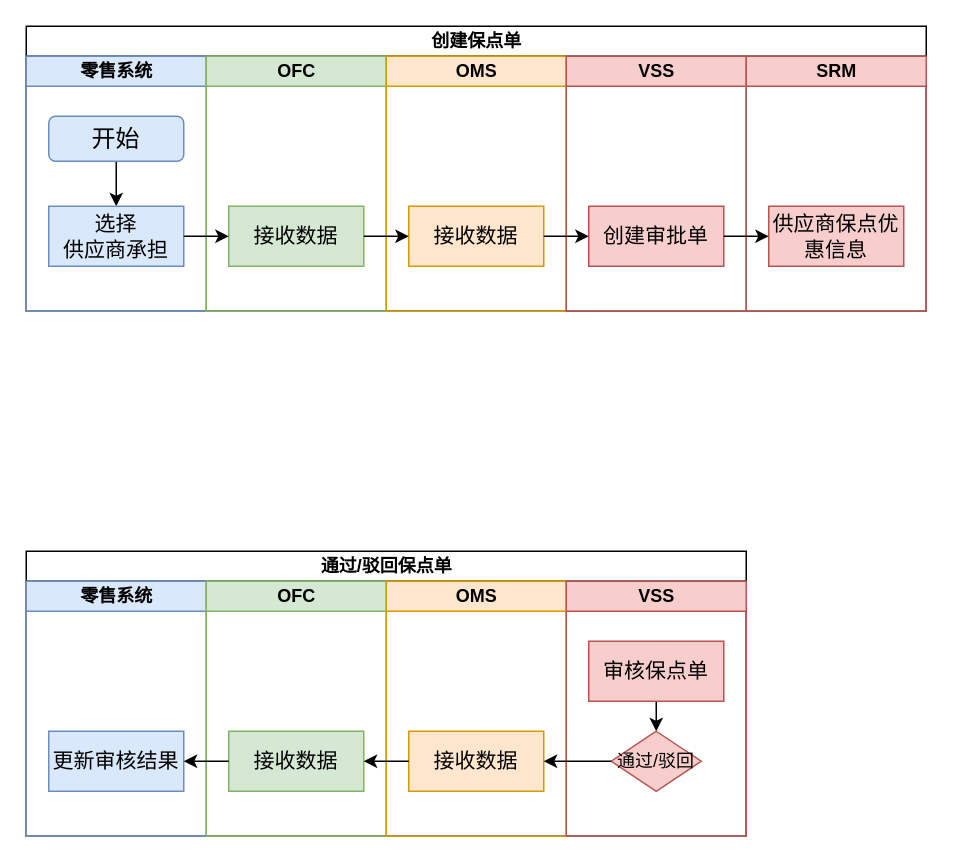
Before: 保点单.drawio in jiangtao2048/diagrams, a draw.io diagram. Source tidied: cells renumbered, new cells numbered last; positions are measured from the earlier drawing's top-left corner, leaving out a move shared by most shapes. Both pictures are drawn from the tidied source at 150%, with x=0, y=0 at pixel (26, 26).
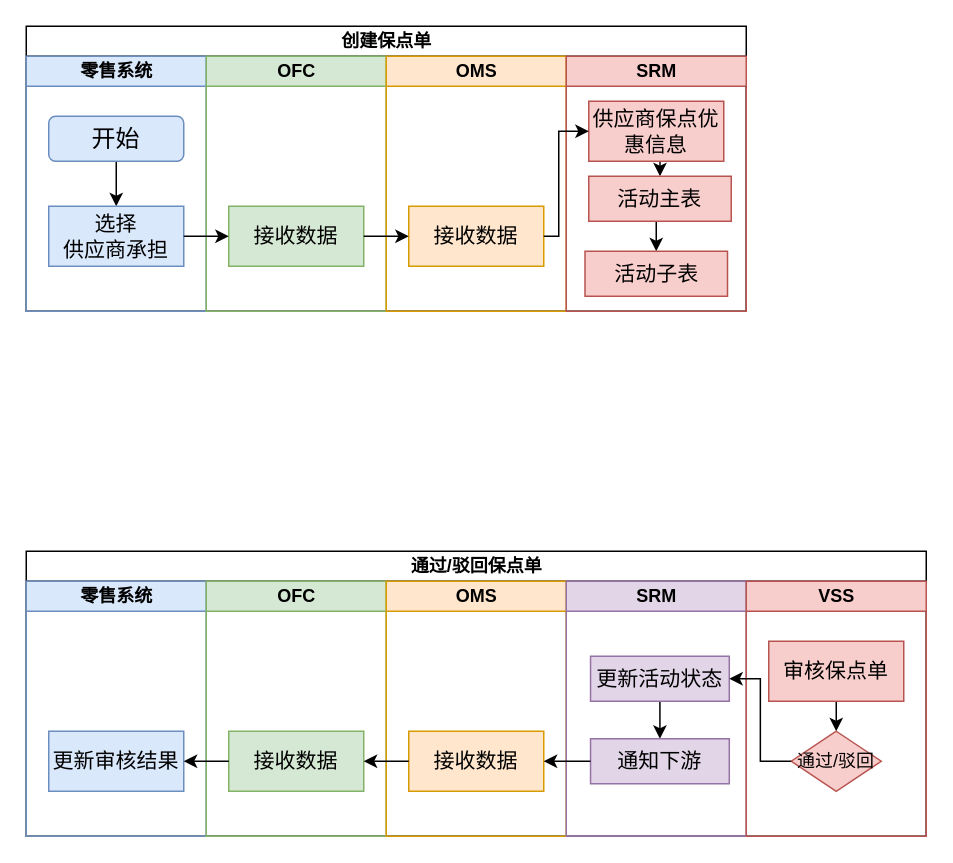
After the change.

Commit message:
更新保点单.drawio

The change refers to these unchanged cells:
```xml
<mxCell id="10" value="&lt;span style=&quot;font-size: 14px;&quot;&gt;接收数据&lt;/span&gt;" style="rounded=0;whiteSpace=wrap;html=1;fillColor=#ffe6cc;strokeColor=#d79b00;" parent="9" vertex="1">
  <mxGeometry x="15" y="100" width="90" height="40" as="geometry" />
</mxCell>
<mxCell id="25" value="&lt;span style=&quot;font-size: 14px;&quot;&gt;接收数据&lt;/span&gt;" style="rounded=0;whiteSpace=wrap;html=1;fillColor=#ffe6cc;strokeColor=#d79b00;" parent="24" vertex="1">
  <mxGeometry x="15" y="100" width="90" height="40" as="geometry" />
</mxCell>
```

What changed in the source:
```diff
@@
     <mxCell id="2" value="创建保点单" style="swimlane;startSize=20;html=1;" parent="1" vertex="1">
-      <mxGeometry width="600" height="190" as="geometry" />
+      <mxGeometry width="480" height="190" as="geometry" />
     </mxCell>
@@
-    <mxCell id="11" value="VSS" style="swimlane;startSize=20;html=1;fillColor=#f8cecc;strokeColor=#b85450;" parent="2" vertex="1">
-      <mxGeometry x="360" y="20" width="120" height="170" as="geometry" />
-    </mxCell>
-    <mxCell id="12" value="&lt;span style=&quot;font-size: 14px;&quot;&gt;创建审批单&lt;/span&gt;" style="rounded=0;whiteSpace=wrap;html=1;fillColor=#f8cecc;strokeColor=#b85450;" parent="11" vertex="1">
-      <mxGeometry x="15" y="100" width="90" height="40" as="geometry" />
-    </mxCell>
     <mxCell id="13" value="SRM" style="swimlane;startSize=20;html=1;fillColor=#f8cecc;strokeColor=#b85450;" parent="2" vertex="1">
-      <mxGeometry x="480" y="20" width="120" height="170" as="geometry" />
+      <mxGeometry x="360" y="20" width="120" height="170" as="geometry" />
     </mxCell>
+    <mxCell id="33" style="edgeStyle=orthogonalEdgeStyle;rounded=0;jettySize=auto;html=1;exitX=0.5;exitY=1;exitDx=0;exitDy=0;entryX=0.5;entryY=0;entryDx=0;entryDy=0;" parent="13" edge="1" source="14" target="35">
+      <mxGeometry relative="1" as="geometry" />
+    </mxCell>
     <mxCell id="14" value="&lt;span style=&quot;font-size: 14px;&quot;&gt;供应商保点优惠信息&lt;/span&gt;" style="rounded=0;whiteSpace=wrap;html=1;fillColor=#f8cecc;strokeColor=#b85450;" parent="13" vertex="1">
-      <mxGeometry x="15" y="100" width="90" height="40" as="geometry" />
+      <mxGeometry x="15" y="30" width="90" height="40" as="geometry" />
     </mxCell>
+    <mxCell id="34" style="edgeStyle=orthogonalEdgeStyle;rounded=0;jettySize=auto;html=1;exitX=0.5;exitY=1;exitDx=0;exitDy=0;entryX=0.5;entryY=0;entryDx=0;entryDy=0;" parent="13" edge="1" source="35" target="36">
+      <mxGeometry relative="1" as="geometry" />
+    </mxCell>
+    <mxCell id="35" value="&lt;span style=&quot;font-size: 14px;&quot;&gt;活动主表&lt;/span&gt;" style="rounded=0;whiteSpace=wrap;html=1;fillColor=#f8cecc;strokeColor=#b85450;" parent="13" vertex="1">
+      <mxGeometry x="15" y="80" width="95" height="30" as="geometry" />
+    </mxCell>
+    <mxCell id="36" value="&lt;span style=&quot;font-size: 14px;&quot;&gt;活动子表&lt;/span&gt;" style="rounded=0;whiteSpace=wrap;html=1;fillColor=#f8cecc;strokeColor=#b85450;" parent="13" vertex="1">
+      <mxGeometry x="12.5" y="130" width="95" height="30" as="geometry" />
+    </mxCell>
@@
-    <mxCell id="17" style="edgeStyle=orthogonalEdgeStyle;rounded=0;jettySize=auto;html=1;exitX=1;exitY=0.5;exitDx=0;exitDy=0;" parent="2" edge="1" source="10" target="12">
-      <mxGeometry relative="1" as="geometry" />
-    </mxCell>
-    <mxCell id="18" style="edgeStyle=orthogonalEdgeStyle;rounded=0;jettySize=auto;html=1;exitX=1;exitY=0.5;exitDx=0;exitDy=0;" parent="2" edge="1" source="12" target="14">
-      <mxGeometry relative="1" as="geometry" />
-    </mxCell>
+    <mxCell id="37" style="edgeStyle=orthogonalEdgeStyle;rounded=0;jettySize=auto;html=1;exitX=1;exitY=0.5;exitDx=0;exitDy=0;entryX=0;entryY=0.5;entryDx=0;entryDy=0;" parent="2" edge="1" source="10" target="14">
+      <mxGeometry relative="1" as="geometry">
+        <Array as="points">
+          <mxPoint x="355" y="140" />
+          <mxPoint x="355" y="70" />
+        </Array>
+      </mxGeometry>
+    </mxCell>
     <mxCell id="19" value="通过/驳回保点单" style="swimlane;startSize=20;html=1;" parent="1" vertex="1">
-      <mxGeometry y="350" width="480" height="190" as="geometry" />
+      <mxGeometry y="350" width="600" height="190" as="geometry" />
     </mxCell>
@@
-    <mxCell id="26" value="VSS" style="swimlane;startSize=20;html=1;fillColor=#f8cecc;strokeColor=#b85450;" parent="19" vertex="1">
+    <mxCell id="26" value="SRM" style="swimlane;startSize=20;html=1;fillColor=#e1d5e7;strokeColor=#9673a6;" parent="19" vertex="1">
       <mxGeometry x="360" y="20" width="120" height="170" as="geometry" />
     </mxCell>
+    <mxCell id="38" style="edgeStyle=orthogonalEdgeStyle;rounded=0;jettySize=auto;html=1;exitX=0.5;exitY=1;exitDx=0;exitDy=0;entryX=0.5;entryY=0;entryDx=0;entryDy=0;" parent="26" edge="1" source="39" target="40">
+      <mxGeometry relative="1" as="geometry" />
+    </mxCell>
+    <mxCell id="39" value="&lt;span style=&quot;font-size: 14px;&quot;&gt;更新活动状态&lt;/span&gt;" style="rounded=0;whiteSpace=wrap;html=1;fillColor=#e1d5e7;strokeColor=#9673a6;" parent="26" vertex="1">
+      <mxGeometry x="16.2" y="50" width="92.5" height="30" as="geometry" />
+    </mxCell>
+    <mxCell id="40" value="&lt;span style=&quot;font-size: 14px;&quot;&gt;通知下游&lt;/span&gt;" style="rounded=0;whiteSpace=wrap;html=1;fillColor=#e1d5e7;strokeColor=#9673a6;" parent="26" vertex="1">
+      <mxGeometry x="16.2" y="105" width="92.5" height="30" as="geometry" />
+    </mxCell>
+    <mxCell id="11" value="VSS" style="swimlane;startSize=20;html=1;fillColor=#f8cecc;strokeColor=#b85450;" parent="19" vertex="1">
+      <mxGeometry x="480" y="20" width="120" height="170" as="geometry" />
+    </mxCell>
-    <mxCell id="27" style="edgeStyle=orthogonalEdgeStyle;rounded=0;jettySize=auto;html=1;exitX=0.5;exitY=1;exitDx=0;exitDy=0;entryX=0.5;entryY=0;entryDx=0;entryDy=0;" parent="26" edge="1" source="28" target="29">
+    <mxCell id="27" style="edgeStyle=orthogonalEdgeStyle;rounded=0;jettySize=auto;html=1;exitX=0.5;exitY=1;exitDx=0;exitDy=0;entryX=0.5;entryY=0;entryDx=0;entryDy=0;" parent="11" edge="1" source="28" target="29">
       <mxGeometry relative="1" as="geometry" />
     </mxCell>
-    <mxCell id="28" value="&lt;span style=&quot;font-size: 14px;&quot;&gt;审核保点单&lt;/span&gt;" style="rounded=0;whiteSpace=wrap;html=1;fillColor=#f8cecc;strokeColor=#b85450;" parent="26" vertex="1">
+    <mxCell id="28" value="&lt;span style=&quot;font-size: 14px;&quot;&gt;审核保点单&lt;/span&gt;" style="rounded=0;whiteSpace=wrap;html=1;fillColor=#f8cecc;strokeColor=#b85450;" parent="11" vertex="1">
       <mxGeometry x="15" y="40" width="90" height="40" as="geometry" />
     </mxCell>
-    <mxCell id="29" value="通过/驳回" style="rhombus;whiteSpace=wrap;html=1;fillColor=#f8cecc;strokeColor=#b85450;" parent="26" vertex="1">
+    <mxCell id="29" value="通过/驳回" style="rhombus;whiteSpace=wrap;html=1;fillColor=#f8cecc;strokeColor=#b85450;" parent="11" vertex="1">
       <mxGeometry x="30" y="100" width="60" height="40" as="geometry" />
     </mxCell>
-    <mxCell id="30" style="edgeStyle=orthogonalEdgeStyle;rounded=0;jettySize=auto;html=1;exitX=0;exitY=0.5;exitDx=0;exitDy=0;" parent="19" edge="1" source="29" target="25">
-      <mxGeometry relative="1" as="geometry" />
-    </mxCell>
@@
+    <mxCell id="41" style="edgeStyle=orthogonalEdgeStyle;rounded=0;jettySize=auto;html=1;exitX=0;exitY=0.5;exitDx=0;exitDy=0;entryX=1;entryY=0.5;entryDx=0;entryDy=0;" parent="19" edge="1" source="29" target="39">
+      <mxGeometry relative="1" as="geometry" />
+    </mxCell>
+    <mxCell id="42" style="edgeStyle=orthogonalEdgeStyle;rounded=0;jettySize=auto;html=1;exitX=0;exitY=0.5;exitDx=0;exitDy=0;" parent="19" edge="1" source="40" target="25">
+      <mxGeometry relative="1" as="geometry" />
+    </mxCell>
```
